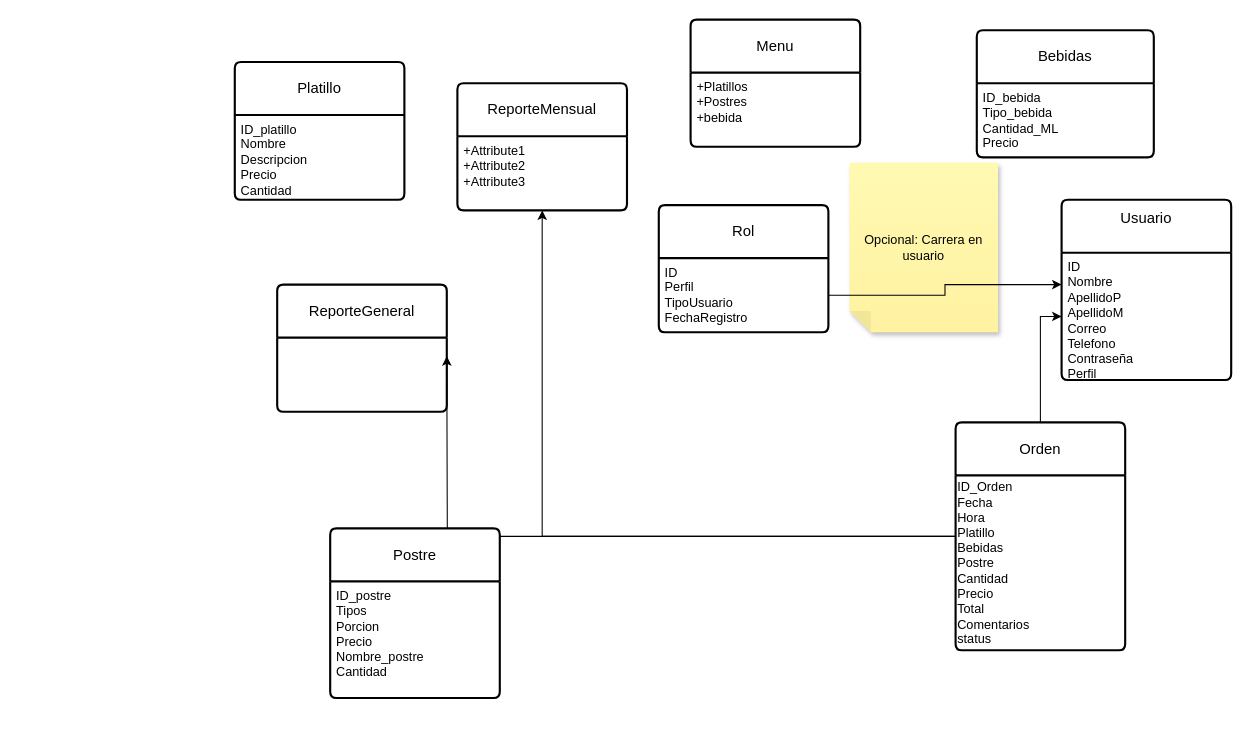
Earlier version of the draw.io diagram Diagrama sin título.drawio (OSCARCH2002/diagramas). Source tidied: cells renumbered, new cells numbered last; positions are measured from the earlier drawing's top-left corner, leaving out a move shared by most shapes. Both pictures are drawn from the tidied source at 106%, with x=0, y=0 at pixel (234, 19).
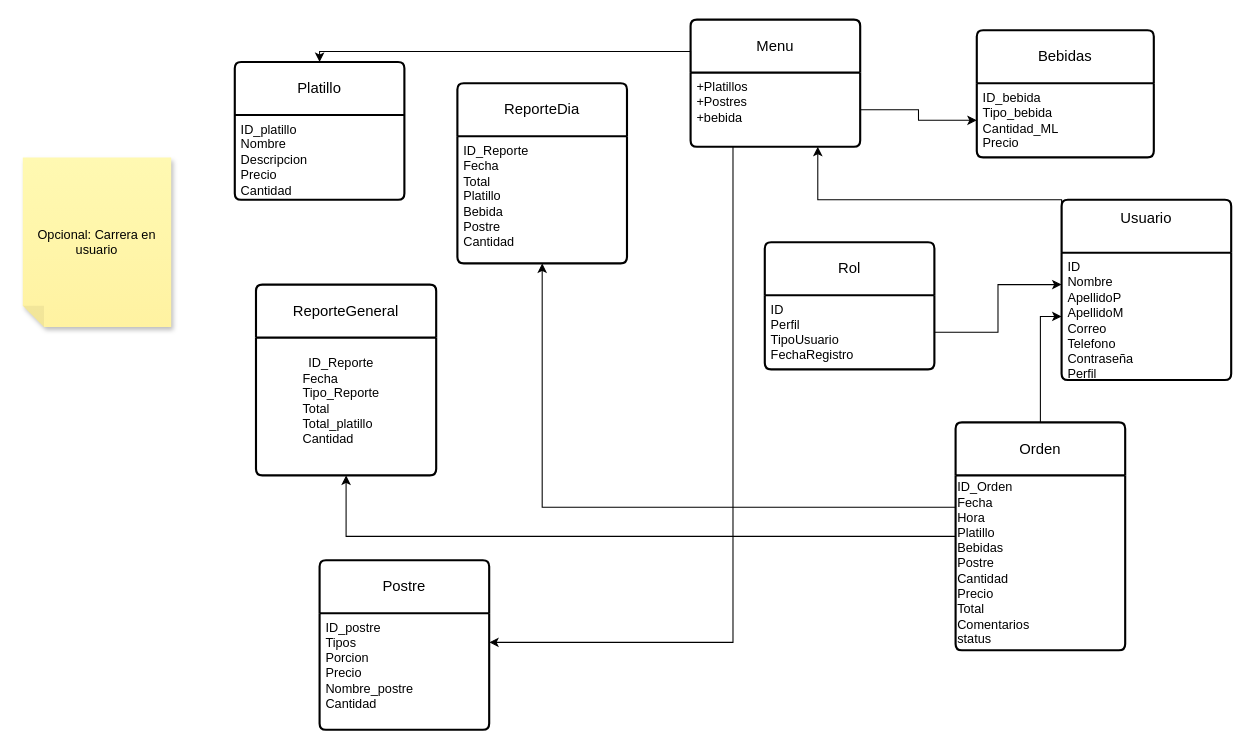
The same diagram, later.

Unchanged cells that the change refers to:
```xml
<mxCell id="5" value="ID&lt;div&gt;Nombre&lt;/div&gt;&lt;div&gt;ApellidoP&lt;/div&gt;&lt;div&gt;ApellidoM&lt;/div&gt;&lt;div&gt;Correo&lt;/div&gt;&lt;div&gt;Telefono&lt;/div&gt;&lt;div&gt;Contraseña&lt;/div&gt;&lt;div&gt;Perfil&lt;/div&gt;&lt;div&gt;&lt;br&gt;&lt;/div&gt;" style="align=left;strokeColor=none;fillColor=none;spacingLeft=4;spacingRight=4;fontSize=12;verticalAlign=top;html=1;whiteSpace=wrap;" parent="4" vertex="1">
  <mxGeometry y="50" width="160" height="120" as="geometry" />
</mxCell>
<mxCell id="7" value="+Platillos&lt;br&gt;+Postres&amp;nbsp;&lt;br&gt;+bebida" style="align=left;strokeColor=none;fillColor=none;spacingLeft=4;spacingRight=4;fontSize=12;verticalAlign=top;html=1;whiteSpace=wrap;" parent="6" vertex="1">
  <mxGeometry y="50" width="160" height="70" as="geometry" />
</mxCell>
<mxCell id="14" value="&lt;div&gt;Orden&lt;/div&gt;" style="swimlane;horizontal=1;startSize=50;rounded=1;fontSize=14;fontStyle=0;strokeWidth=2;shadow=0;dashed=0;align=center;arcSize=4;whiteSpace=wrap;html=1;" parent="1" vertex="1">
  <mxGeometry x="680" y="380" width="160" height="215" as="geometry" />
</mxCell>
<mxCell id="17" value="ID_postre&lt;div&gt;Tipos&lt;/div&gt;&lt;div&gt;Porcion&lt;/div&gt;&lt;div&gt;Precio&lt;/div&gt;&lt;div&gt;Nombre_postre&lt;/div&gt;&lt;div&gt;Cantidad&lt;/div&gt;" style="align=left;strokeColor=none;fillColor=none;spacingLeft=4;spacingRight=4;fontSize=12;verticalAlign=top;html=1;whiteSpace=wrap;" parent="16" vertex="1">
  <mxGeometry y="50" width="160" height="110" as="geometry" />
</mxCell>
<mxCell id="18" value="Platillo" style="swimlane;horizontal=1;startSize=50;rounded=1;fontSize=14;fontStyle=0;strokeWidth=2;shadow=0;dashed=0;align=center;arcSize=4;whiteSpace=wrap;html=1;" parent="1" vertex="1">
  <mxGeometry y="40" width="160" height="130" as="geometry" />
</mxCell>
<mxCell id="21" value="ID_bebida&lt;div&gt;Tipo_bebida&lt;/div&gt;&lt;div&gt;Cantidad_ML&lt;/div&gt;&lt;div&gt;Precio&lt;/div&gt;&lt;div&gt;&lt;br&gt;&lt;/div&gt;" style="align=left;strokeColor=none;fillColor=none;spacingLeft=4;spacingRight=4;fontSize=12;verticalAlign=top;html=1;whiteSpace=wrap;" parent="20" vertex="1">
  <mxGeometry y="50" width="167" height="70" as="geometry" />
</mxCell>
```

Diff of the diagram source:
```diff
@@
     <mxCell id="2" value="Rol" style="swimlane;horizontal=1;startSize=50;rounded=1;fontSize=14;fontStyle=0;strokeWidth=2;shadow=0;dashed=0;align=center;arcSize=4;whiteSpace=wrap;html=1;" parent="1" vertex="1">
-      <mxGeometry x="400" y="175" width="160" height="120" as="geometry" />
+      <mxGeometry x="500" y="210" width="160" height="120" as="geometry" />
     </mxCell>
@@
-    <mxCell id="8" value="&lt;div&gt;ReporteMensual&lt;/div&gt;" style="swimlane;horizontal=1;startSize=50;rounded=1;fontSize=14;fontStyle=0;strokeWidth=2;shadow=0;dashed=0;align=center;arcSize=4;whiteSpace=wrap;html=1;" parent="1" vertex="1">
-      <mxGeometry x="210" y="60" width="160" height="120" as="geometry" />
+    <mxCell id="8" value="&lt;div&gt;ReporteDia&lt;/div&gt;" style="swimlane;horizontal=1;startSize=50;rounded=1;fontSize=14;fontStyle=0;strokeWidth=2;shadow=0;dashed=0;align=center;arcSize=4;whiteSpace=wrap;html=1;" parent="1" vertex="1">
+      <mxGeometry x="210" y="60" width="160" height="170" as="geometry" />
     </mxCell>
-    <mxCell id="9" value="+Attribute1&#10;+Attribute2&#10;+Attribute3" style="align=left;strokeColor=none;fillColor=none;spacingLeft=4;spacingRight=4;fontSize=12;verticalAlign=top;html=1;whiteSpace=wrap;" parent="8" vertex="1">
-      <mxGeometry y="50" width="160" height="70" as="geometry" />
+    <mxCell id="9" value="ID_Reporte&lt;div&gt;Fecha&lt;/div&gt;&lt;div&gt;Total&lt;/div&gt;&lt;div&gt;Platillo&lt;/div&gt;&lt;div&gt;Bebida&lt;/div&gt;&lt;div&gt;Postre&lt;/div&gt;&lt;div&gt;Cantidad&lt;/div&gt;" style="align=left;strokeColor=none;fillColor=none;spacingLeft=4;spacingRight=4;fontSize=12;verticalAlign=top;html=1;whiteSpace=wrap;" parent="8" vertex="1">
+      <mxGeometry y="50" width="160" height="120" as="geometry" />
     </mxCell>
     <mxCell id="10" value="&lt;div&gt;ReporteGeneral&lt;/div&gt;" style="swimlane;horizontal=1;startSize=50;rounded=1;fontSize=14;fontStyle=0;strokeWidth=2;shadow=0;dashed=0;align=center;arcSize=4;whiteSpace=wrap;html=1;" parent="1" vertex="1">
-      <mxGeometry x="40" y="250" width="160" height="120" as="geometry" />
+      <mxGeometry x="20" y="250" width="170" height="180" as="geometry" />
     </mxCell>
-    <mxCell id="11" style="edgeStyle=orthogonalEdgeStyle;rounded=0;jettySize=auto;html=1;entryX=1;entryY=0.25;entryDx=0;entryDy=0;" parent="1" edge="1" source="14">
-      <mxGeometry relative="1" as="geometry">
-        <mxPoint x="200" y="317.5" as="targetPoint" />
-      </mxGeometry>
+    <mxCell id="11" style="edgeStyle=orthogonalEdgeStyle;rounded=0;jettySize=auto;html=1;entryX=0.5;entryY=1;entryDx=0;entryDy=0;" parent="1" edge="1" source="14" target="10">
+      <mxGeometry relative="1" as="geometry" />
     </mxCell>
@@
     <mxCell id="13" style="edgeStyle=orthogonalEdgeStyle;rounded=0;jettySize=auto;html=1;entryX=0.5;entryY=1;entryDx=0;entryDy=0;" parent="1" edge="1" source="14" target="9">
-      <mxGeometry relative="1" as="geometry" />
+      <mxGeometry relative="1" as="geometry">
+        <Array as="points">
+          <mxPoint x="290" y="460" />
+        </Array>
+      </mxGeometry>
     </mxCell>
@@
     <mxCell id="16" value="&lt;div&gt;Postre&lt;/div&gt;" style="swimlane;horizontal=1;startSize=50;rounded=1;fontSize=14;fontStyle=0;strokeWidth=2;shadow=0;dashed=0;align=center;arcSize=4;whiteSpace=wrap;html=1;" parent="1" vertex="1">
-      <mxGeometry x="90" y="480" width="160" height="160" as="geometry" />
+      <mxGeometry x="80" y="510" width="160" height="160" as="geometry" />
     </mxCell>
@@
     <mxCell id="22" value="Opcional: Carrera en usuario" style="shape=note;whiteSpace=wrap;html=1;backgroundOutline=1;fontColor=#000000;darkOpacity=0.05;fillColor=#FFF9B2;strokeColor=none;fillStyle=solid;direction=west;gradientDirection=north;gradientColor=#FFF2A1;shadow=1;size=20;" parent="1" vertex="1">
-      <mxGeometry x="580" y="135" width="140" height="160" as="geometry" />
+      <mxGeometry x="-200" y="130" width="140" height="160" as="geometry" />
     </mxCell>
@@
+    <mxCell id="24" value="&lt;span style=&quot;text-align: left; text-wrap-mode: wrap;&quot;&gt;ID_Reporte&lt;/span&gt;&lt;div style=&quot;text-align: left; text-wrap-mode: wrap;&quot;&gt;Fecha&lt;/div&gt;&lt;div style=&quot;text-align: left; text-wrap-mode: wrap;&quot;&gt;Tipo&lt;span style=&quot;background-color: transparent; color: light-dark(rgb(0, 0, 0), rgb(255, 255, 255));&quot;&gt;_&lt;/span&gt;&lt;span style=&quot;background-color: transparent; color: light-dark(rgb(0, 0, 0), rgb(255, 255, 255));&quot;&gt;Reporte&lt;/span&gt;&lt;/div&gt;&lt;div style=&quot;text-align: left; text-wrap-mode: wrap;&quot;&gt;Total&lt;/div&gt;&lt;div style=&quot;text-align: left; text-wrap-mode: wrap;&quot;&gt;Total&lt;span style=&quot;background-color: transparent; color: light-dark(rgb(0, 0, 0), rgb(255, 255, 255));&quot;&gt;_&lt;/span&gt;&lt;span style=&quot;background-color: transparent; color: light-dark(rgb(0, 0, 0), rgb(255, 255, 255));&quot;&gt;platillo&lt;/span&gt;&lt;/div&gt;&lt;div style=&quot;text-align: left; text-wrap-mode: wrap;&quot;&gt;Cantidad&lt;/div&gt;" style="text;html=1;align=center;verticalAlign=middle;strokeColor=none;fillColor=none;" parent="1" vertex="1">
+      <mxGeometry x="50" y="310" width="100" height="100" as="geometry" />
+    </mxCell>
+    <mxCell id="25" style="edgeStyle=orthogonalEdgeStyle;rounded=0;jettySize=auto;html=1;exitX=0;exitY=0;exitDx=0;exitDy=0;entryX=0.75;entryY=1;entryDx=0;entryDy=0;" parent="1" edge="1" source="5" target="7">
+      <mxGeometry relative="1" as="geometry" />
+    </mxCell>
+    <mxCell id="26" style="edgeStyle=orthogonalEdgeStyle;rounded=0;jettySize=auto;html=1;exitX=0;exitY=0;exitDx=0;exitDy=0;entryX=0.5;entryY=0;entryDx=0;entryDy=0;" parent="1" edge="1" source="7" target="18">
+      <mxGeometry relative="1" as="geometry" />
+    </mxCell>
+    <mxCell id="27" style="edgeStyle=orthogonalEdgeStyle;rounded=0;jettySize=auto;html=1;exitX=1;exitY=0.5;exitDx=0;exitDy=0;entryX=0;entryY=0.5;entryDx=0;entryDy=0;" parent="1" edge="1" source="7" target="21">
+      <mxGeometry relative="1" as="geometry" />
+    </mxCell>
+    <mxCell id="28" style="edgeStyle=orthogonalEdgeStyle;rounded=0;jettySize=auto;html=1;exitX=0.25;exitY=1;exitDx=0;exitDy=0;entryX=1;entryY=0.25;entryDx=0;entryDy=0;" parent="1" edge="1" source="7" target="17">
+      <mxGeometry relative="1" as="geometry" />
+    </mxCell>
```
